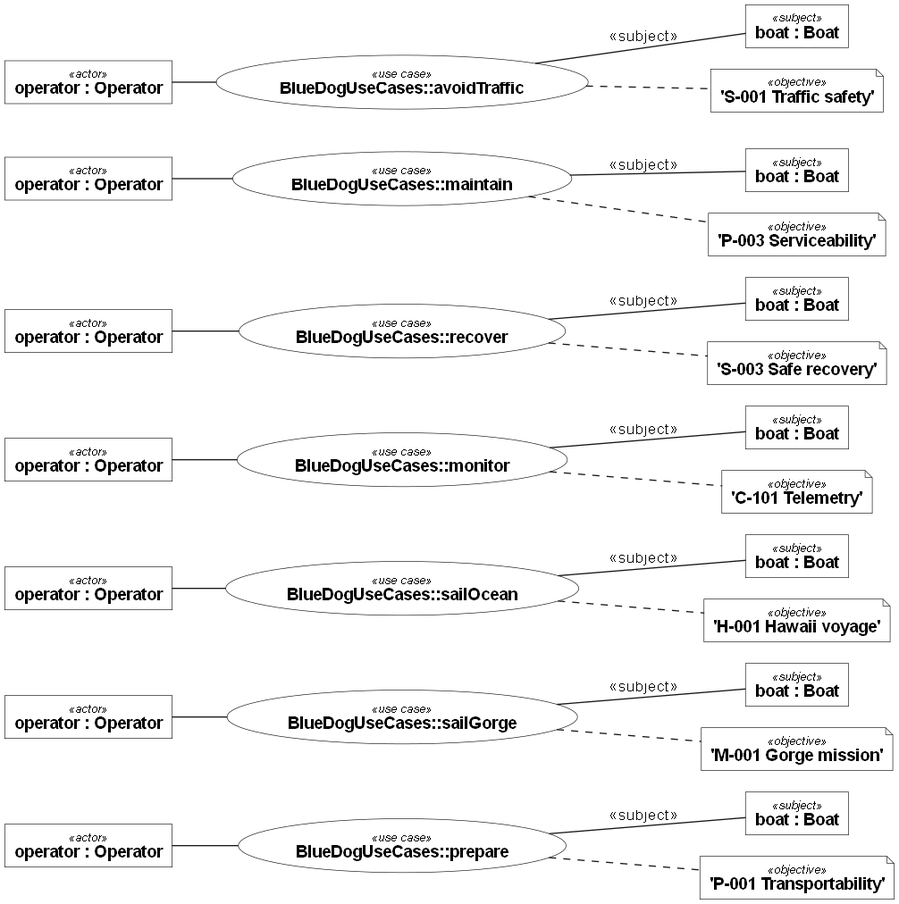
Above: docs/figures/use-cases.png in DavidIngraham/sv-blue-dog (Graphviz), before the change. Its source is kept beside it as docs/figures/use-cases.dot. Source of this version:
```dot
digraph "BlueDogUseCaseViews::operations" {
  graph [fontname="Helvetica", rankdir=LR];
  node [shape=box, style=filled, fillcolor=white, color="#181818", fontname="Helvetica", fontsize=14, penwidth=0.5];
  edge [color="#181818", fontname="Helvetica", fontsize=13, penwidth=1];
  "n0" [shape=ellipse, label=<<font point-size="10"><i>«use case»</i></font><br/><b>BlueDogUseCases::prepare</b>>];
  "n1" [shape=box, label=<<font point-size="10"><i>«subject»</i></font><br/><b>boat : Boat</b>>];
  "n2" [shape=box, label=<<font point-size="10"><i>«actor»</i></font><br/><b>operator : Operator</b>>];
  "n3" [shape=note, label=<<font point-size="10"><i>«objective»</i></font><br/><b>&#39;P-001 Transportability&#39;</b>>];
  "n4" [shape=ellipse, label=<<font point-size="10"><i>«use case»</i></font><br/><b>BlueDogUseCases::sailGorge</b>>];
  "n5" [shape=box, label=<<font point-size="10"><i>«subject»</i></font><br/><b>boat : Boat</b>>];
  "n6" [shape=box, label=<<font point-size="10"><i>«actor»</i></font><br/><b>operator : Operator</b>>];
  "n7" [shape=note, label=<<font point-size="10"><i>«objective»</i></font><br/><b>&#39;M-001 Gorge mission&#39;</b>>];
  "n8" [shape=ellipse, label=<<font point-size="10"><i>«use case»</i></font><br/><b>BlueDogUseCases::sailOcean</b>>];
  "n9" [shape=box, label=<<font point-size="10"><i>«subject»</i></font><br/><b>boat : Boat</b>>];
  "n10" [shape=box, label=<<font point-size="10"><i>«actor»</i></font><br/><b>operator : Operator</b>>];
  "n11" [shape=note, label=<<font point-size="10"><i>«objective»</i></font><br/><b>&#39;H-001 Hawaii voyage&#39;</b>>];
  "n12" [shape=ellipse, label=<<font point-size="10"><i>«use case»</i></font><br/><b>BlueDogUseCases::monitor</b>>];
  "n13" [shape=box, label=<<font point-size="10"><i>«subject»</i></font><br/><b>boat : Boat</b>>];
  "n14" [shape=box, label=<<font point-size="10"><i>«actor»</i></font><br/><b>operator : Operator</b>>];
  "n15" [shape=note, label=<<font point-size="10"><i>«objective»</i></font><br/><b>&#39;C-101 Telemetry&#39;</b>>];
  "n16" [shape=ellipse, label=<<font point-size="10"><i>«use case»</i></font><br/><b>BlueDogUseCases::recover</b>>];
  "n17" [shape=box, label=<<font point-size="10"><i>«subject»</i></font><br/><b>boat : Boat</b>>];
  "n18" [shape=box, label=<<font point-size="10"><i>«actor»</i></font><br/><b>operator : Operator</b>>];
  "n19" [shape=note, label=<<font point-size="10"><i>«objective»</i></font><br/><b>&#39;S-003 Safe recovery&#39;</b>>];
  "n20" [shape=ellipse, label=<<font point-size="10"><i>«use case»</i></font><br/><b>BlueDogUseCases::maintain</b>>];
  "n21" [shape=box, label=<<font point-size="10"><i>«subject»</i></font><br/><b>boat : Boat</b>>];
  "n22" [shape=box, label=<<font point-size="10"><i>«actor»</i></font><br/><b>operator : Operator</b>>];
  "n23" [shape=note, label=<<font point-size="10"><i>«objective»</i></font><br/><b>&#39;P-003 Serviceability&#39;</b>>];
  "n24" [shape=ellipse, label=<<font point-size="10"><i>«use case»</i></font><br/><b>BlueDogUseCases::avoidTraffic</b>>];
  "n25" [shape=box, label=<<font point-size="10"><i>«subject»</i></font><br/><b>boat : Boat</b>>];
  "n26" [shape=box, label=<<font point-size="10"><i>«actor»</i></font><br/><b>operator : Operator</b>>];
  "n27" [shape=note, label=<<font point-size="10"><i>«objective»</i></font><br/><b>&#39;S-001 Traffic safety&#39;</b>>];
  "n0" -> "n1" [label="«subject»", dir=none];
  "n2" -> "n0" [dir=none];
  "n0" -> "n3" [dir=none, style=dashed];
  "n4" -> "n5" [label="«subject»", dir=none];
  "n6" -> "n4" [dir=none];
  "n4" -> "n7" [dir=none, style=dashed];
  "n8" -> "n9" [label="«subject»", dir=none];
  "n10" -> "n8" [dir=none];
  "n8" -> "n11" [dir=none, style=dashed];
  "n12" -> "n13" [label="«subject»", dir=none];
  "n14" -> "n12" [dir=none];
  "n12" -> "n15" [dir=none, style=dashed];
  "n16" -> "n17" [label="«subject»", dir=none];
  "n18" -> "n16" [dir=none];
  "n16" -> "n19" [dir=none, style=dashed];
  "n20" -> "n21" [label="«subject»", dir=none];
  "n22" -> "n20" [dir=none];
  "n20" -> "n23" [dir=none, style=dashed];
  "n24" -> "n25" [label="«subject»", dir=none];
  "n26" -> "n24" [dir=none];
  "n24" -> "n27" [dir=none, style=dashed];
}
```
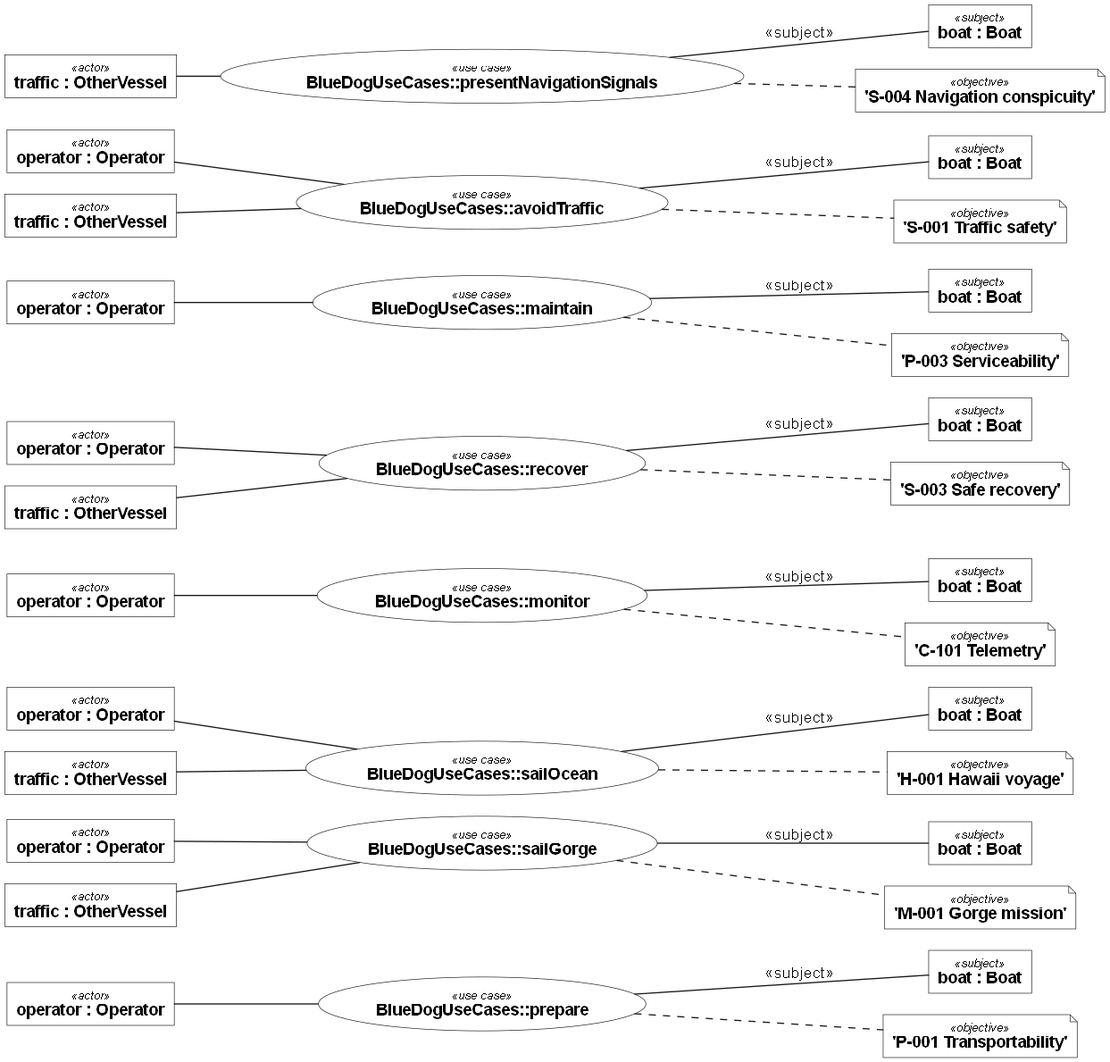
The same file after the commit.

Diff of the diagram source:
```diff
@@ -9,46 +9,61 @@
   "n4" [shape=ellipse, label=<<font point-size="10"><i>«use case»</i></font><br/><b>BlueDogUseCases::sailGorge</b>>];
   "n5" [shape=box, label=<<font point-size="10"><i>«subject»</i></font><br/><b>boat : Boat</b>>];
   "n6" [shape=box, label=<<font point-size="10"><i>«actor»</i></font><br/><b>operator : Operator</b>>];
-  "n7" [shape=note, label=<<font point-size="10"><i>«objective»</i></font><br/><b>&#39;M-001 Gorge mission&#39;</b>>];
-  "n8" [shape=ellipse, label=<<font point-size="10"><i>«use case»</i></font><br/><b>BlueDogUseCases::sailOcean</b>>];
-  "n9" [shape=box, label=<<font point-size="10"><i>«subject»</i></font><br/><b>boat : Boat</b>>];
-  "n10" [shape=box, label=<<font point-size="10"><i>«actor»</i></font><br/><b>operator : Operator</b>>];
-  "n11" [shape=note, label=<<font point-size="10"><i>«objective»</i></font><br/><b>&#39;H-001 Hawaii voyage&#39;</b>>];
-  "n12" [shape=ellipse, label=<<font point-size="10"><i>«use case»</i></font><br/><b>BlueDogUseCases::monitor</b>>];
-  "n13" [shape=box, label=<<font point-size="10"><i>«subject»</i></font><br/><b>boat : Boat</b>>];
-  "n14" [shape=box, label=<<font point-size="10"><i>«actor»</i></font><br/><b>operator : Operator</b>>];
-  "n15" [shape=note, label=<<font point-size="10"><i>«objective»</i></font><br/><b>&#39;C-101 Telemetry&#39;</b>>];
-  "n16" [shape=ellipse, label=<<font point-size="10"><i>«use case»</i></font><br/><b>BlueDogUseCases::recover</b>>];
-  "n17" [shape=box, label=<<font point-size="10"><i>«subject»</i></font><br/><b>boat : Boat</b>>];
-  "n18" [shape=box, label=<<font point-size="10"><i>«actor»</i></font><br/><b>operator : Operator</b>>];
-  "n19" [shape=note, label=<<font point-size="10"><i>«objective»</i></font><br/><b>&#39;S-003 Safe recovery&#39;</b>>];
-  "n20" [shape=ellipse, label=<<font point-size="10"><i>«use case»</i></font><br/><b>BlueDogUseCases::maintain</b>>];
-  "n21" [shape=box, label=<<font point-size="10"><i>«subject»</i></font><br/><b>boat : Boat</b>>];
-  "n22" [shape=box, label=<<font point-size="10"><i>«actor»</i></font><br/><b>operator : Operator</b>>];
-  "n23" [shape=note, label=<<font point-size="10"><i>«objective»</i></font><br/><b>&#39;P-003 Serviceability&#39;</b>>];
-  "n24" [shape=ellipse, label=<<font point-size="10"><i>«use case»</i></font><br/><b>BlueDogUseCases::avoidTraffic</b>>];
-  "n25" [shape=box, label=<<font point-size="10"><i>«subject»</i></font><br/><b>boat : Boat</b>>];
-  "n26" [shape=box, label=<<font point-size="10"><i>«actor»</i></font><br/><b>operator : Operator</b>>];
-  "n27" [shape=note, label=<<font point-size="10"><i>«objective»</i></font><br/><b>&#39;S-001 Traffic safety&#39;</b>>];
+  "n7" [shape=box, label=<<font point-size="10"><i>«actor»</i></font><br/><b>traffic : OtherVessel</b>>];
+  "n8" [shape=note, label=<<font point-size="10"><i>«objective»</i></font><br/><b>&#39;M-001 Gorge mission&#39;</b>>];
+  "n9" [shape=ellipse, label=<<font point-size="10"><i>«use case»</i></font><br/><b>BlueDogUseCases::sailOcean</b>>];
+  "n10" [shape=box, label=<<font point-size="10"><i>«subject»</i></font><br/><b>boat : Boat</b>>];
+  "n11" [shape=box, label=<<font point-size="10"><i>«actor»</i></font><br/><b>operator : Operator</b>>];
+  "n12" [shape=box, label=<<font point-size="10"><i>«actor»</i></font><br/><b>traffic : OtherVessel</b>>];
+  "n13" [shape=note, label=<<font point-size="10"><i>«objective»</i></font><br/><b>&#39;H-001 Hawaii voyage&#39;</b>>];
+  "n14" [shape=ellipse, label=<<font point-size="10"><i>«use case»</i></font><br/><b>BlueDogUseCases::monitor</b>>];
+  "n15" [shape=box, label=<<font point-size="10"><i>«subject»</i></font><br/><b>boat : Boat</b>>];
+  "n16" [shape=box, label=<<font point-size="10"><i>«actor»</i></font><br/><b>operator : Operator</b>>];
+  "n17" [shape=note, label=<<font point-size="10"><i>«objective»</i></font><br/><b>&#39;C-101 Telemetry&#39;</b>>];
+  "n18" [shape=ellipse, label=<<font point-size="10"><i>«use case»</i></font><br/><b>BlueDogUseCases::recover</b>>];
+  "n19" [shape=box, label=<<font point-size="10"><i>«subject»</i></font><br/><b>boat : Boat</b>>];
+  "n20" [shape=box, label=<<font point-size="10"><i>«actor»</i></font><br/><b>operator : Operator</b>>];
+  "n21" [shape=box, label=<<font point-size="10"><i>«actor»</i></font><br/><b>traffic : OtherVessel</b>>];
+  "n22" [shape=note, label=<<font point-size="10"><i>«objective»</i></font><br/><b>&#39;S-003 Safe recovery&#39;</b>>];
+  "n23" [shape=ellipse, label=<<font point-size="10"><i>«use case»</i></font><br/><b>BlueDogUseCases::maintain</b>>];
+  "n24" [shape=box, label=<<font point-size="10"><i>«subject»</i></font><br/><b>boat : Boat</b>>];
+  "n25" [shape=box, label=<<font point-size="10"><i>«actor»</i></font><br/><b>operator : Operator</b>>];
+  "n26" [shape=note, label=<<font point-size="10"><i>«objective»</i></font><br/><b>&#39;P-003 Serviceability&#39;</b>>];
+  "n27" [shape=ellipse, label=<<font point-size="10"><i>«use case»</i></font><br/><b>BlueDogUseCases::avoidTraffic</b>>];
+  "n28" [shape=box, label=<<font point-size="10"><i>«subject»</i></font><br/><b>boat : Boat</b>>];
+  "n29" [shape=box, label=<<font point-size="10"><i>«actor»</i></font><br/><b>operator : Operator</b>>];
+  "n30" [shape=box, label=<<font point-size="10"><i>«actor»</i></font><br/><b>traffic : OtherVessel</b>>];
+  "n31" [shape=note, label=<<font point-size="10"><i>«objective»</i></font><br/><b>&#39;S-001 Traffic safety&#39;</b>>];
+  "n32" [shape=ellipse, label=<<font point-size="10"><i>«use case»</i></font><br/><b>BlueDogUseCases::presentNavigationSignals</b>>];
+  "n33" [shape=box, label=<<font point-size="10"><i>«subject»</i></font><br/><b>boat : Boat</b>>];
+  "n34" [shape=box, label=<<font point-size="10"><i>«actor»</i></font><br/><b>traffic : OtherVessel</b>>];
+  "n35" [shape=note, label=<<font point-size="10"><i>«objective»</i></font><br/><b>&#39;S-004 Navigation conspicuity&#39;</b>>];
   "n0" -> "n1" [label="«subject»", dir=none];
   "n2" -> "n0" [dir=none];
   "n0" -> "n3" [dir=none, style=dashed];
   "n4" -> "n5" [label="«subject»", dir=none];
   "n6" -> "n4" [dir=none];
-  "n4" -> "n7" [dir=none, style=dashed];
-  "n8" -> "n9" [label="«subject»", dir=none];
-  "n10" -> "n8" [dir=none];
-  "n8" -> "n11" [dir=none, style=dashed];
-  "n12" -> "n13" [label="«subject»", dir=none];
-  "n14" -> "n12" [dir=none];
-  "n12" -> "n15" [dir=none, style=dashed];
-  "n16" -> "n17" [label="«subject»", dir=none];
-  "n18" -> "n16" [dir=none];
-  "n16" -> "n19" [dir=none, style=dashed];
-  "n20" -> "n21" [label="«subject»", dir=none];
-  "n22" -> "n20" [dir=none];
-  "n20" -> "n23" [dir=none, style=dashed];
-  "n24" -> "n25" [label="«subject»", dir=none];
-  "n26" -> "n24" [dir=none];
-  "n24" -> "n27" [dir=none, style=dashed];
+  "n7" -> "n4" [dir=none];
+  "n4" -> "n8" [dir=none, style=dashed];
+  "n9" -> "n10" [label="«subject»", dir=none];
+  "n11" -> "n9" [dir=none];
+  "n12" -> "n9" [dir=none];
+  "n9" -> "n13" [dir=none, style=dashed];
+  "n14" -> "n15" [label="«subject»", dir=none];
+  "n16" -> "n14" [dir=none];
+  "n14" -> "n17" [dir=none, style=dashed];
+  "n18" -> "n19" [label="«subject»", dir=none];
+  "n20" -> "n18" [dir=none];
+  "n21" -> "n18" [dir=none];
+  "n18" -> "n22" [dir=none, style=dashed];
+  "n23" -> "n24" [label="«subject»", dir=none];
+  "n25" -> "n23" [dir=none];
+  "n23" -> "n26" [dir=none, style=dashed];
+  "n27" -> "n28" [label="«subject»", dir=none];
+  "n29" -> "n27" [dir=none];
+  "n30" -> "n27" [dir=none];
+  "n27" -> "n31" [dir=none, style=dashed];
+  "n32" -> "n33" [label="«subject»", dir=none];
+  "n34" -> "n32" [dir=none];
+  "n32" -> "n35" [dir=none, style=dashed];
 }
```
